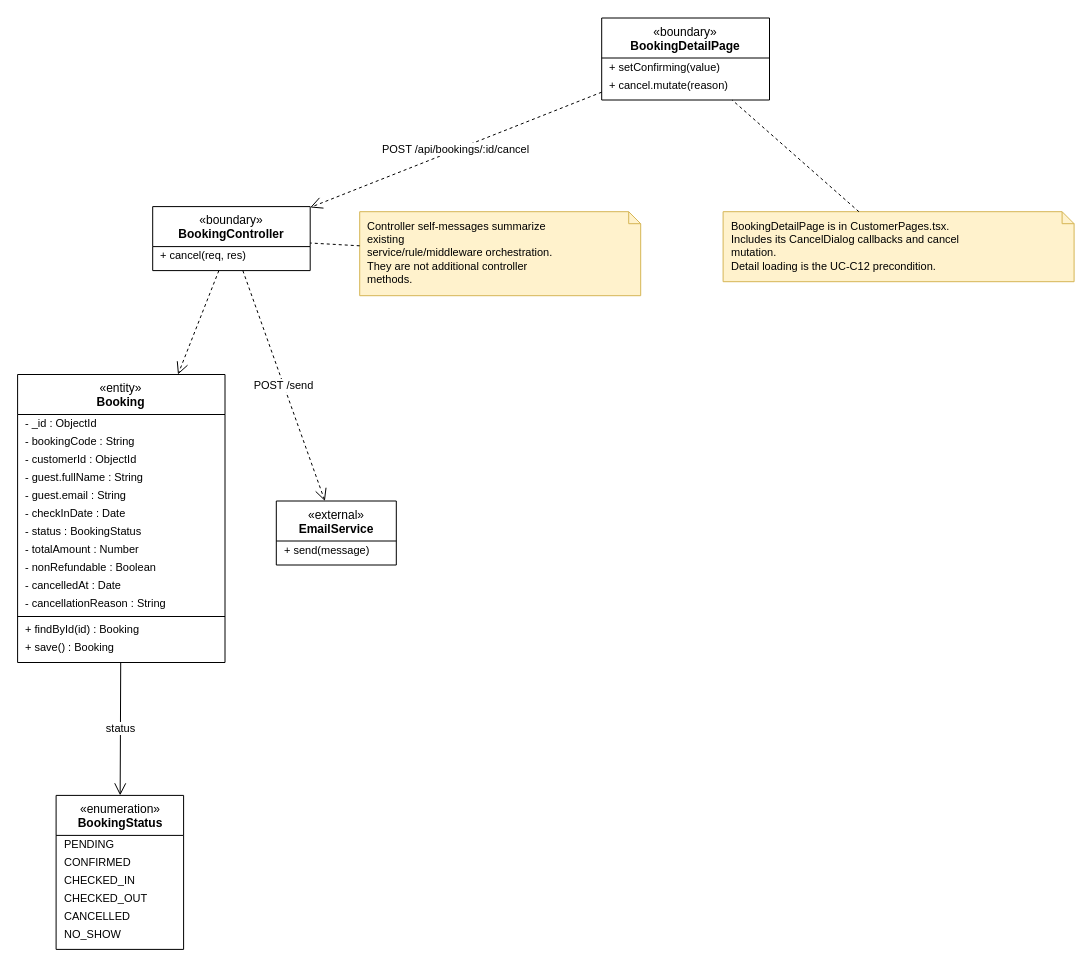
Above: final/diagrams/M3_Booking-And-Customer_Diagrams/class_diagrams/CD-11_UC-G14_CancelBooking.drawio in toikobi401/SWD392 (draw.io), before the change. Source tidied: cells renumbered, new cells numbered last; positions are measured from the earlier drawing's top-left corner, leaving out a move shared by most shapes. Both pictures are drawn from the tidied source at 100%, with x=0, y=0 at pixel (17, 17).
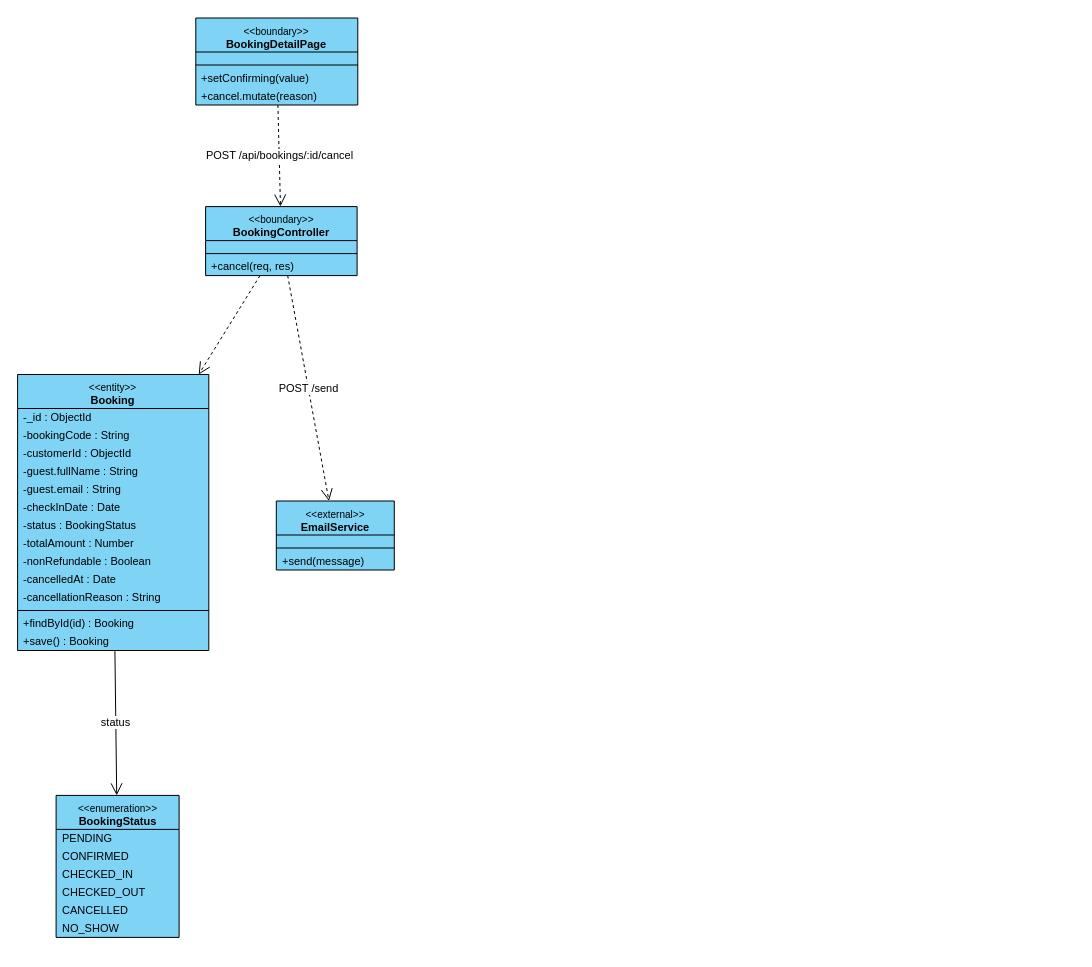
Above is the later version.

Change to the diagram source:
```diff
@@
-    <mxCell id="2" value="«boundary»&lt;br&gt;&lt;b&gt;BookingDetailPage&lt;/b&gt;" style="swimlane;fontStyle=0;align=center;verticalAlign=top;horizontal=1;startSize=40;html=1;whiteSpace=wrap;fontSize=12;" parent="1" vertex="1">
-      <mxGeometry x="584.2" y="0.5" width="167.8" height="82" as="geometry" />
+    <mxCell id="2" value="&lt;font style=&quot;font-size:10px&quot;&gt;&amp;lt;&amp;lt;boundary&amp;gt;&amp;gt;&lt;/font&gt;&lt;br&gt;&lt;b&gt;BookingDetailPage&lt;/b&gt;" style="swimlane;fontStyle=0;align=center;verticalAlign=top;horizontal=1;startSize=34;html=1;whiteSpace=wrap;fontSize=11;fillColor=#7fd3f5;swimlaneFillColor=#7fd3f5;strokeColor=#000000;" parent="1" vertex="1">
+      <mxGeometry x="178.3" y="0.5" width="162" height="87" as="geometry" />
     </mxCell>
+    <mxCell id="39" style="text;strokeColor=none;fillColor=none;html=1;" parent="2" vertex="1">
+      <mxGeometry y="34" width="162" height="9" as="geometry" />
+    </mxCell>
+    <mxCell id="40" style="line;strokeWidth=1;fillColor=none;align=left;verticalAlign=middle;spacingTop=-1;spacingLeft=3;spacingRight=3;labelPosition=right;strokeColor=#000000;" parent="2" vertex="1">
+      <mxGeometry y="43" width="162" height="8" as="geometry" />
+    </mxCell>
-    <mxCell id="3" value="+ setConfirming(value)" style="text;strokeColor=none;fillColor=none;align=left;verticalAlign=middle;spacingLeft=6;spacingRight=4;overflow=hidden;whiteSpace=nowrap;html=1;fontSize=11;" parent="2" vertex="1">
-      <mxGeometry y="40" width="167.8" height="18" as="geometry" />
+    <mxCell id="3" value="+setConfirming(value)" style="text;strokeColor=none;fillColor=none;align=left;verticalAlign=middle;spacingLeft=4;spacingRight=4;overflow=hidden;whiteSpace=nowrap;html=1;fontSize=11;" parent="2" vertex="1">
+      <mxGeometry y="51" width="162" height="18" as="geometry" />
     </mxCell>
-    <mxCell id="4" value="+ cancel.mutate(reason)" style="text;strokeColor=none;fillColor=none;align=left;verticalAlign=middle;spacingLeft=6;spacingRight=4;overflow=hidden;whiteSpace=nowrap;html=1;fontSize=11;" parent="2" vertex="1">
-      <mxGeometry y="58" width="167.8" height="18" as="geometry" />
+    <mxCell id="4" value="+cancel.mutate(reason)" style="text;strokeColor=none;fillColor=none;align=left;verticalAlign=middle;spacingLeft=4;spacingRight=4;overflow=hidden;whiteSpace=nowrap;html=1;fontSize=11;" parent="2" vertex="1">
+      <mxGeometry y="69" width="162" height="18" as="geometry" />
     </mxCell>
-    <mxCell id="5" value="«boundary»&lt;br&gt;&lt;b&gt;BookingController&lt;/b&gt;" style="swimlane;fontStyle=0;align=center;verticalAlign=top;horizontal=1;startSize=40;html=1;whiteSpace=wrap;fontSize=12;" parent="1" vertex="1">
-      <mxGeometry x="135.2" y="189.1" width="157.5" height="64" as="geometry" />
+    <mxCell id="5" value="&lt;font style=&quot;font-size:10px&quot;&gt;&amp;lt;&amp;lt;boundary&amp;gt;&amp;gt;&lt;/font&gt;&lt;br&gt;&lt;b&gt;BookingController&lt;/b&gt;" style="swimlane;fontStyle=0;align=center;verticalAlign=top;horizontal=1;startSize=34;html=1;whiteSpace=wrap;fontSize=11;fillColor=#7fd3f5;swimlaneFillColor=#7fd3f5;strokeColor=#000000;" parent="1" vertex="1">
+      <mxGeometry x="188.1" y="189.1" width="151.5" height="69" as="geometry" />
     </mxCell>
+    <mxCell id="41" style="text;strokeColor=none;fillColor=none;html=1;" parent="5" vertex="1">
+      <mxGeometry y="34" width="151.5" height="9" as="geometry" />
+    </mxCell>
+    <mxCell id="42" style="line;strokeWidth=1;fillColor=none;align=left;verticalAlign=middle;spacingTop=-1;spacingLeft=3;spacingRight=3;labelPosition=right;strokeColor=#000000;" parent="5" vertex="1">
+      <mxGeometry y="43" width="151.5" height="8" as="geometry" />
+    </mxCell>
-    <mxCell id="6" value="+ cancel(req, res)" style="text;strokeColor=none;fillColor=none;align=left;verticalAlign=middle;spacingLeft=6;spacingRight=4;overflow=hidden;whiteSpace=nowrap;html=1;fontSize=11;" parent="5" vertex="1">
-      <mxGeometry y="40" width="157.5" height="18" as="geometry" />
+    <mxCell id="6" value="+cancel(req, res)" style="text;strokeColor=none;fillColor=none;align=left;verticalAlign=middle;spacingLeft=4;spacingRight=4;overflow=hidden;whiteSpace=nowrap;html=1;fontSize=11;" parent="5" vertex="1">
+      <mxGeometry y="51" width="151.5" height="18" as="geometry" />
     </mxCell>
-    <mxCell id="7" value="«entity»&lt;br&gt;&lt;b&gt;Booking&lt;/b&gt;" style="swimlane;fontStyle=0;align=center;verticalAlign=top;horizontal=1;startSize=40;html=1;whiteSpace=wrap;fontSize=12;" parent="1" vertex="1">
-      <mxGeometry x="0.1" y="357" width="207.4" height="288" as="geometry" />
+    <mxCell id="7" value="&lt;font style=&quot;font-size:10px&quot;&gt;&amp;lt;&amp;lt;entity&amp;gt;&amp;gt;&lt;/font&gt;&lt;br&gt;&lt;b&gt;Booking&lt;/b&gt;" style="swimlane;fontStyle=0;align=center;verticalAlign=top;horizontal=1;startSize=34;html=1;whiteSpace=wrap;fontSize=11;fillColor=#7fd3f5;swimlaneFillColor=#7fd3f5;strokeColor=#000000;" parent="1" vertex="1">
+      <mxGeometry x="0.1" y="357" width="191.2" height="276" as="geometry" />
     </mxCell>
-    <mxCell id="8" value="- _id : ObjectId" style="text;strokeColor=none;fillColor=none;align=left;verticalAlign=middle;spacingLeft=6;spacingRight=4;overflow=hidden;whiteSpace=nowrap;html=1;fontSize=11;" parent="7" vertex="1">
-      <mxGeometry y="40" width="207.4" height="18" as="geometry" />
+    <mxCell id="8" value="-_id : ObjectId" style="text;strokeColor=none;fillColor=none;align=left;verticalAlign=middle;spacingLeft=4;spacingRight=4;overflow=hidden;whiteSpace=nowrap;html=1;fontSize=11;" parent="7" vertex="1">
+      <mxGeometry y="34" width="191.2" height="18" as="geometry" />
     </mxCell>
-    <mxCell id="9" value="- bookingCode : String" style="text;strokeColor=none;fillColor=none;align=left;verticalAlign=middle;spacingLeft=6;spacingRight=4;overflow=hidden;whiteSpace=nowrap;html=1;fontSize=11;" parent="7" vertex="1">
-      <mxGeometry y="58" width="207.4" height="18" as="geometry" />
+    <mxCell id="9" value="-bookingCode : String" style="text;strokeColor=none;fillColor=none;align=left;verticalAlign=middle;spacingLeft=4;spacingRight=4;overflow=hidden;whiteSpace=nowrap;html=1;fontSize=11;" parent="7" vertex="1">
+      <mxGeometry y="52" width="191.2" height="18" as="geometry" />
     </mxCell>
-    <mxCell id="10" value="- customerId : ObjectId" style="text;strokeColor=none;fillColor=none;align=left;verticalAlign=middle;spacingLeft=6;spacingRight=4;overflow=hidden;whiteSpace=nowrap;html=1;fontSize=11;" parent="7" vertex="1">
-      <mxGeometry y="76" width="207.4" height="18" as="geometry" />
+    <mxCell id="10" value="-customerId : ObjectId" style="text;strokeColor=none;fillColor=none;align=left;verticalAlign=middle;spacingLeft=4;spacingRight=4;overflow=hidden;whiteSpace=nowrap;html=1;fontSize=11;" parent="7" vertex="1">
+      <mxGeometry y="70" width="191.2" height="18" as="geometry" />
     </mxCell>
-    <mxCell id="11" value="- guest.fullName : String" style="text;strokeColor=none;fillColor=none;align=left;verticalAlign=middle;spacingLeft=6;spacingRight=4;overflow=hidden;whiteSpace=nowrap;html=1;fontSize=11;" parent="7" vertex="1">
-      <mxGeometry y="94" width="207.4" height="18" as="geometry" />
+    <mxCell id="11" value="-guest.fullName : String" style="text;strokeColor=none;fillColor=none;align=left;verticalAlign=middle;spacingLeft=4;spacingRight=4;overflow=hidden;whiteSpace=nowrap;html=1;fontSize=11;" parent="7" vertex="1">
+      <mxGeometry y="88" width="191.2" height="18" as="geometry" />
     </mxCell>
-    <mxCell id="12" value="- guest.email : String" style="text;strokeColor=none;fillColor=none;align=left;verticalAlign=middle;spacingLeft=6;spacingRight=4;overflow=hidden;whiteSpace=nowrap;html=1;fontSize=11;" parent="7" vertex="1">
-      <mxGeometry y="112" width="207.4" height="18" as="geometry" />
+    <mxCell id="12" value="-guest.email : String" style="text;strokeColor=none;fillColor=none;align=left;verticalAlign=middle;spacingLeft=4;spacingRight=4;overflow=hidden;whiteSpace=nowrap;html=1;fontSize=11;" parent="7" vertex="1">
+      <mxGeometry y="106" width="191.2" height="18" as="geometry" />
     </mxCell>
-    <mxCell id="13" value="- checkInDate : Date" style="text;strokeColor=none;fillColor=none;align=left;verticalAlign=middle;spacingLeft=6;spacingRight=4;overflow=hidden;whiteSpace=nowrap;html=1;fontSize=11;" parent="7" vertex="1">
-      <mxGeometry y="130" width="207.4" height="18" as="geometry" />
+    <mxCell id="13" value="-checkInDate : Date" style="text;strokeColor=none;fillColor=none;align=left;verticalAlign=middle;spacingLeft=4;spacingRight=4;overflow=hidden;whiteSpace=nowrap;html=1;fontSize=11;" parent="7" vertex="1">
+      <mxGeometry y="124" width="191.2" height="18" as="geometry" />
     </mxCell>
-    <mxCell id="14" value="- status : BookingStatus" style="text;strokeColor=none;fillColor=none;align=left;verticalAlign=middle;spacingLeft=6;spacingRight=4;overflow=hidden;whiteSpace=nowrap;html=1;fontSize=11;" parent="7" vertex="1">
-      <mxGeometry y="148" width="207.4" height="18" as="geometry" />
+    <mxCell id="14" value="-status : BookingStatus" style="text;strokeColor=none;fillColor=none;align=left;verticalAlign=middle;spacingLeft=4;spacingRight=4;overflow=hidden;whiteSpace=nowrap;html=1;fontSize=11;" parent="7" vertex="1">
+      <mxGeometry y="142" width="191.2" height="18" as="geometry" />
     </mxCell>
-    <mxCell id="15" value="- totalAmount : Number" style="text;strokeColor=none;fillColor=none;align=left;verticalAlign=middle;spacingLeft=6;spacingRight=4;overflow=hidden;whiteSpace=nowrap;html=1;fontSize=11;" parent="7" vertex="1">
-      <mxGeometry y="166" width="207.4" height="18" as="geometry" />
+    <mxCell id="15" value="-totalAmount : Number" style="text;strokeColor=none;fillColor=none;align=left;verticalAlign=middle;spacingLeft=4;spacingRight=4;overflow=hidden;whiteSpace=nowrap;html=1;fontSize=11;" parent="7" vertex="1">
+      <mxGeometry y="160" width="191.2" height="18" as="geometry" />
     </mxCell>
-    <mxCell id="16" value="- nonRefundable : Boolean" style="text;strokeColor=none;fillColor=none;align=left;verticalAlign=middle;spacingLeft=6;spacingRight=4;overflow=hidden;whiteSpace=nowrap;html=1;fontSize=11;" parent="7" vertex="1">
-      <mxGeometry y="184" width="207.4" height="18" as="geometry" />
+    <mxCell id="16" value="-nonRefundable : Boolean" style="text;strokeColor=none;fillColor=none;align=left;verticalAlign=middle;spacingLeft=4;spacingRight=4;overflow=hidden;whiteSpace=nowrap;html=1;fontSize=11;" parent="7" vertex="1">
+      <mxGeometry y="178" width="191.2" height="18" as="geometry" />
     </mxCell>
-    <mxCell id="17" value="- cancelledAt : Date" style="text;strokeColor=none;fillColor=none;align=left;verticalAlign=middle;spacingLeft=6;spacingRight=4;overflow=hidden;whiteSpace=nowrap;html=1;fontSize=11;" parent="7" vertex="1">
-      <mxGeometry y="202" width="207.4" height="18" as="geometry" />
+    <mxCell id="17" value="-cancelledAt : Date" style="text;strokeColor=none;fillColor=none;align=left;verticalAlign=middle;spacingLeft=4;spacingRight=4;overflow=hidden;whiteSpace=nowrap;html=1;fontSize=11;" parent="7" vertex="1">
+      <mxGeometry y="196" width="191.2" height="18" as="geometry" />
     </mxCell>
-    <mxCell id="18" value="- cancellationReason : String" style="text;strokeColor=none;fillColor=none;align=left;verticalAlign=middle;spacingLeft=6;spacingRight=4;overflow=hidden;whiteSpace=nowrap;html=1;fontSize=11;" parent="7" vertex="1">
-      <mxGeometry y="220" width="207.4" height="18" as="geometry" />
+    <mxCell id="18" value="-cancellationReason : String" style="text;strokeColor=none;fillColor=none;align=left;verticalAlign=middle;spacingLeft=4;spacingRight=4;overflow=hidden;whiteSpace=nowrap;html=1;fontSize=11;" parent="7" vertex="1">
+      <mxGeometry y="214" width="191.2" height="18" as="geometry" />
     </mxCell>
-    <mxCell id="19" style="line;strokeWidth=1;fillColor=none;align=left;verticalAlign=middle;spacingTop=-1;spacingLeft=3;spacingRight=3;labelPosition=right;strokeColor=inherit;" parent="7" vertex="1">
-      <mxGeometry y="238" width="207.4" height="8" as="geometry" />
+    <mxCell id="19" style="line;strokeWidth=1;fillColor=none;align=left;verticalAlign=middle;spacingTop=-1;spacingLeft=3;spacingRight=3;labelPosition=right;strokeColor=#000000;" parent="7" vertex="1">
+      <mxGeometry y="232" width="191.2" height="8" as="geometry" />
     </mxCell>
-    <mxCell id="20" value="+ findById(id) : Booking" style="text;strokeColor=none;fillColor=none;align=left;verticalAlign=middle;spacingLeft=6;spacingRight=4;overflow=hidden;whiteSpace=nowrap;html=1;fontSize=11;" parent="7" vertex="1">
-      <mxGeometry y="246" width="207.4" height="18" as="geometry" />
+    <mxCell id="20" value="+findById(id) : Booking" style="text;strokeColor=none;fillColor=none;align=left;verticalAlign=middle;spacingLeft=4;spacingRight=4;overflow=hidden;whiteSpace=nowrap;html=1;fontSize=11;" parent="7" vertex="1">
+      <mxGeometry y="240" width="191.2" height="18" as="geometry" />
     </mxCell>
-    <mxCell id="21" value="+ save() : Booking" style="text;strokeColor=none;fillColor=none;align=left;verticalAlign=middle;spacingLeft=6;spacingRight=4;overflow=hidden;whiteSpace=nowrap;html=1;fontSize=11;" parent="7" vertex="1">
-      <mxGeometry y="264" width="207.4" height="18" as="geometry" />
+    <mxCell id="21" value="+save() : Booking" style="text;strokeColor=none;fillColor=none;align=left;verticalAlign=middle;spacingLeft=4;spacingRight=4;overflow=hidden;whiteSpace=nowrap;html=1;fontSize=11;" parent="7" vertex="1">
+      <mxGeometry y="258" width="191.2" height="18" as="geometry" />
     </mxCell>
-    <mxCell id="22" value="«enumeration»&lt;br&gt;&lt;b&gt;BookingStatus&lt;/b&gt;" style="swimlane;fontStyle=0;align=center;verticalAlign=top;horizontal=1;startSize=40;html=1;whiteSpace=wrap;fontSize=12;" parent="1" vertex="1">
-      <mxGeometry x="38.6" y="777.9" width="127.5" height="154" as="geometry" />
+    <mxCell id="22" value="&lt;font style=&quot;font-size:10px&quot;&gt;&amp;lt;&amp;lt;enumeration&amp;gt;&amp;gt;&lt;/font&gt;&lt;br&gt;&lt;b&gt;BookingStatus&lt;/b&gt;" style="swimlane;fontStyle=0;align=center;verticalAlign=top;horizontal=1;startSize=34;html=1;whiteSpace=wrap;fontSize=11;fillColor=#7fd3f5;swimlaneFillColor=#7fd3f5;strokeColor=#000000;" parent="1" vertex="1">
+      <mxGeometry x="38.6" y="777.9" width="123" height="142" as="geometry" />
     </mxCell>
-    <mxCell id="23" value="PENDING" style="text;strokeColor=none;fillColor=none;align=left;verticalAlign=middle;spacingLeft=6;spacingRight=4;overflow=hidden;whiteSpace=nowrap;html=1;fontSize=11;" parent="22" vertex="1">
-      <mxGeometry y="40" width="127.5" height="18" as="geometry" />
+    <mxCell id="23" value="PENDING" style="text;strokeColor=none;fillColor=none;align=left;verticalAlign=middle;spacingLeft=4;spacingRight=4;overflow=hidden;whiteSpace=nowrap;html=1;fontSize=11;" parent="22" vertex="1">
+      <mxGeometry y="34" width="123" height="18" as="geometry" />
     </mxCell>
-    <mxCell id="24" value="CONFIRMED" style="text;strokeColor=none;fillColor=none;align=left;verticalAlign=middle;spacingLeft=6;spacingRight=4;overflow=hidden;whiteSpace=nowrap;html=1;fontSize=11;" parent="22" vertex="1">
-      <mxGeometry y="58" width="127.5" height="18" as="geometry" />
+    <mxCell id="24" value="CONFIRMED" style="text;strokeColor=none;fillColor=none;align=left;verticalAlign=middle;spacingLeft=4;spacingRight=4;overflow=hidden;whiteSpace=nowrap;html=1;fontSize=11;" parent="22" vertex="1">
+      <mxGeometry y="52" width="123" height="18" as="geometry" />
     </mxCell>
-    <mxCell id="25" value="CHECKED_IN" style="text;strokeColor=none;fillColor=none;align=left;verticalAlign=middle;spacingLeft=6;spacingRight=4;overflow=hidden;whiteSpace=nowrap;html=1;fontSize=11;" parent="22" vertex="1">
-      <mxGeometry y="76" width="127.5" height="18" as="geometry" />
+    <mxCell id="25" value="CHECKED_IN" style="text;strokeColor=none;fillColor=none;align=left;verticalAlign=middle;spacingLeft=4;spacingRight=4;overflow=hidden;whiteSpace=nowrap;html=1;fontSize=11;" parent="22" vertex="1">
+      <mxGeometry y="70" width="123" height="18" as="geometry" />
     </mxCell>
-    <mxCell id="26" value="CHECKED_OUT" style="text;strokeColor=none;fillColor=none;align=left;verticalAlign=middle;spacingLeft=6;spacingRight=4;overflow=hidden;whiteSpace=nowrap;html=1;fontSize=11;" parent="22" vertex="1">
-      <mxGeometry y="94" width="127.5" height="18" as="geometry" />
+    <mxCell id="26" value="CHECKED_OUT" style="text;strokeColor=none;fillColor=none;align=left;verticalAlign=middle;spacingLeft=4;spacingRight=4;overflow=hidden;whiteSpace=nowrap;html=1;fontSize=11;" parent="22" vertex="1">
+      <mxGeometry y="88" width="123" height="18" as="geometry" />
     </mxCell>
-    <mxCell id="27" value="CANCELLED" style="text;strokeColor=none;fillColor=none;align=left;verticalAlign=middle;spacingLeft=6;spacingRight=4;overflow=hidden;whiteSpace=nowrap;html=1;fontSize=11;" parent="22" vertex="1">
-      <mxGeometry y="112" width="127.5" height="18" as="geometry" />
+    <mxCell id="27" value="CANCELLED" style="text;strokeColor=none;fillColor=none;align=left;verticalAlign=middle;spacingLeft=4;spacingRight=4;overflow=hidden;whiteSpace=nowrap;html=1;fontSize=11;" parent="22" vertex="1">
+      <mxGeometry y="106" width="123" height="18" as="geometry" />
     </mxCell>
-    <mxCell id="28" value="NO_SHOW" style="text;strokeColor=none;fillColor=none;align=left;verticalAlign=middle;spacingLeft=6;spacingRight=4;overflow=hidden;whiteSpace=nowrap;html=1;fontSize=11;" parent="22" vertex="1">
-      <mxGeometry y="130" width="127.5" height="18" as="geometry" />
+    <mxCell id="28" value="NO_SHOW" style="text;strokeColor=none;fillColor=none;align=left;verticalAlign=middle;spacingLeft=4;spacingRight=4;overflow=hidden;whiteSpace=nowrap;html=1;fontSize=11;" parent="22" vertex="1">
+      <mxGeometry y="124" width="123" height="18" as="geometry" />
     </mxCell>
-    <mxCell id="29" value="«external»&lt;br&gt;&lt;b&gt;EmailService&lt;/b&gt;" style="swimlane;fontStyle=0;align=center;verticalAlign=top;horizontal=1;startSize=40;html=1;whiteSpace=wrap;fontSize=12;" parent="1" vertex="1">
-      <mxGeometry x="258.8" y="483.5" width="120" height="64" as="geometry" />
+    <mxCell id="29" value="&lt;font style=&quot;font-size:10px&quot;&gt;&amp;lt;&amp;lt;external&amp;gt;&amp;gt;&lt;/font&gt;&lt;br&gt;&lt;b&gt;EmailService&lt;/b&gt;" style="swimlane;fontStyle=0;align=center;verticalAlign=top;horizontal=1;startSize=34;html=1;whiteSpace=wrap;fontSize=11;fillColor=#7fd3f5;swimlaneFillColor=#7fd3f5;strokeColor=#000000;" parent="1" vertex="1">
+      <mxGeometry x="258.8" y="483.5" width="118" height="69" as="geometry" />
     </mxCell>
+    <mxCell id="43" style="text;strokeColor=none;fillColor=none;html=1;" parent="29" vertex="1">
+      <mxGeometry y="34" width="118" height="9" as="geometry" />
+    </mxCell>
+    <mxCell id="44" style="line;strokeWidth=1;fillColor=none;align=left;verticalAlign=middle;spacingTop=-1;spacingLeft=3;spacingRight=3;labelPosition=right;strokeColor=#000000;" parent="29" vertex="1">
+      <mxGeometry y="43" width="118" height="8" as="geometry" />
+    </mxCell>
-    <mxCell id="30" value="+ send(message)" style="text;strokeColor=none;fillColor=none;align=left;verticalAlign=middle;spacingLeft=6;spacingRight=4;overflow=hidden;whiteSpace=nowrap;html=1;fontSize=11;" parent="29" vertex="1">
-      <mxGeometry y="40" width="120" height="18" as="geometry" />
+    <mxCell id="30" value="+send(message)" style="text;strokeColor=none;fillColor=none;align=left;verticalAlign=middle;spacingLeft=4;spacingRight=4;overflow=hidden;whiteSpace=nowrap;html=1;fontSize=11;" parent="29" vertex="1">
+      <mxGeometry y="51" width="118" height="18" as="geometry" />
     </mxCell>
-    <mxCell id="31" value="BookingDetailPage is in CustomerPages.tsx.&lt;br&gt;Includes its CancelDialog callbacks and cancel&lt;br&gt;mutation.&lt;br&gt;Detail loading is the UC-C12 precondition." style="shape=note;whiteSpace=wrap;html=1;size=12;align=left;verticalAlign=top;spacingLeft=6;spacingTop=2;fontSize=11;fillColor=#fff2cc;strokeColor=#d6b656;" parent="1" vertex="1">
-      <mxGeometry x="705.6" y="194.2" width="351" height="70" as="geometry" />
-    </mxCell>
-    <mxCell id="32" style="endArrow=none;dashed=1;html=1;rounded=0;" parent="1" edge="1" source="31" target="2">
-      <mxGeometry relative="1" as="geometry" />
-    </mxCell>
-    <mxCell id="33" value="Controller self-messages summarize&lt;br&gt;existing&lt;br&gt;service/rule/middleware orchestration.&lt;br&gt;They are not additional controller&lt;br&gt;methods." style="shape=note;whiteSpace=wrap;html=1;size=12;align=left;verticalAlign=top;spacingLeft=6;spacingTop=2;fontSize=11;fillColor=#fff2cc;strokeColor=#d6b656;" parent="1" vertex="1">
-      <mxGeometry x="342.2" y="194.2" width="281" height="84" as="geometry" />
-    </mxCell>
-    <mxCell id="34" style="endArrow=none;dashed=1;html=1;rounded=0;" parent="1" edge="1" source="33" target="5">
-      <mxGeometry relative="1" as="geometry" />
-    </mxCell>
```
